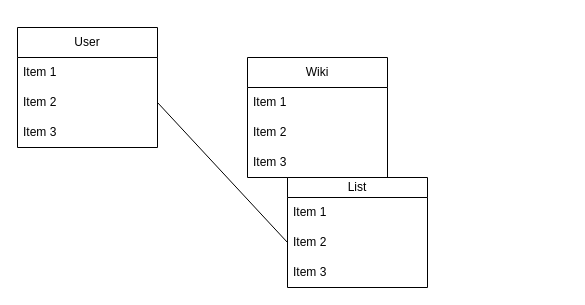
The draw.io diagram diagramClasse.drawio in IBNESSAYEH/WIKI, before the edit. Source tidied: cells renumbered, new cells numbered last; positions are measured from the earlier drawing's top-left corner, leaving out a move shared by most shapes. Both pictures are drawn from the tidied source at 100%, with x=0, y=0 at pixel (17, 27).
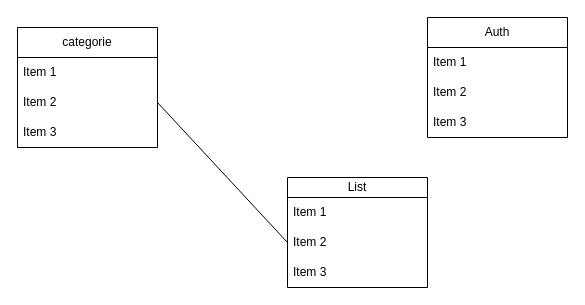
Above is the later version.

The edit, as a diff of the source:
```diff
@@
 <mxGraphModel>
   <root>
     <mxCell id="0" />
     <mxCell id="1" parent="0" />
-    <mxCell id="2" value="User" style="swimlane;fontStyle=0;horizontal=1;startSize=30;whiteSpace=wrap;html=1;" parent="1" vertex="1">
+    <mxCell id="2" value="categorie" style="swimlane;fontStyle=0;horizontal=1;startSize=30;whiteSpace=wrap;html=1;" parent="1" vertex="1">
       <mxGeometry width="140" height="120" as="geometry" />
     </mxCell>
     <mxCell id="3" value="Item 1" style="text;strokeColor=none;fillColor=none;align=left;verticalAlign=middle;spacingLeft=4;spacingRight=4;overflow=hidden;whiteSpace=wrap;html=1;" parent="2" vertex="1">
       <mxGeometry y="30" width="140" height="30" as="geometry" />
     </mxCell>
     <mxCell id="4" value="Item 2" style="text;strokeColor=none;fillColor=none;align=left;verticalAlign=middle;spacingLeft=4;spacingRight=4;overflow=hidden;points=[[0,0.5],[1,0.5]];portConstraint=eastwest;whiteSpace=wrap;html=1;" parent="2" vertex="1">
       <mxGeometry y="60" width="140" height="30" as="geometry" />
     </mxCell>
     <mxCell id="5" value="Item 3" style="text;strokeColor=none;fillColor=none;align=left;verticalAlign=middle;spacingLeft=4;spacingRight=4;overflow=hidden;whiteSpace=wrap;html=1;" parent="2" vertex="1">
       <mxGeometry y="90" width="140" height="30" as="geometry" />
     </mxCell>
-    <mxCell id="6" value="Wiki" style="swimlane;fontStyle=0;horizontal=1;startSize=30;whiteSpace=wrap;html=1;" parent="1" vertex="1">
-      <mxGeometry x="230" y="30" width="140" height="120" as="geometry" />
+    <mxCell id="6" value="Auth" style="swimlane;fontStyle=0;horizontal=1;startSize=30;whiteSpace=wrap;html=1;" parent="1" vertex="1">
+      <mxGeometry x="410" y="-10" width="140" height="120" as="geometry" />
     </mxCell>
     <mxCell id="7" value="Item 1" style="text;strokeColor=none;fillColor=none;align=left;verticalAlign=middle;spacingLeft=4;spacingRight=4;overflow=hidden;whiteSpace=wrap;html=1;" parent="6" vertex="1">
       <mxGeometry y="30" width="140" height="30" as="geometry" />
     </mxCell>
     <mxCell id="8" value="Item 2" style="text;strokeColor=none;fillColor=none;align=left;verticalAlign=middle;spacingLeft=4;spacingRight=4;overflow=hidden;whiteSpace=wrap;html=1;" parent="6" vertex="1">
       <mxGeometry y="60" width="140" height="30" as="geometry" />
     </mxCell>
     <mxCell id="9" value="Item 3" style="text;strokeColor=none;fillColor=none;align=left;verticalAlign=middle;spacingLeft=4;spacingRight=4;overflow=hidden;whiteSpace=wrap;html=1;" parent="6" vertex="1">
       <mxGeometry y="90" width="140" height="30" as="geometry" />
     </mxCell>
     <mxCell id="10" value="List" style="swimlane;fontStyle=0;horizontal=1;startSize=20;whiteSpace=wrap;html=1;" parent="1" vertex="1">
       <mxGeometry x="270" y="150" width="140" height="110" as="geometry" />
     </mxCell>
     <mxCell id="11" value="Item 1" style="text;strokeColor=none;fillColor=none;align=left;verticalAlign=middle;spacingLeft=4;spacingRight=4;overflow=hidden;whiteSpace=wrap;html=1;" parent="10" vertex="1">
       <mxGeometry y="20" width="140" height="30" as="geometry" />
     </mxCell>
     <mxCell id="12" value="Item 2" style="text;strokeColor=none;fillColor=none;align=left;verticalAlign=middle;spacingLeft=4;spacingRight=4;overflow=hidden;points=[[0,0.5],[1,0.5]];portConstraint=eastwest;whiteSpace=wrap;html=1;" parent="10" vertex="1">
       <mxGeometry y="50" width="140" height="30" as="geometry" />
     </mxCell>
     <mxCell id="13" value="Item 3" style="text;strokeColor=none;fillColor=none;align=left;verticalAlign=middle;spacingLeft=4;spacingRight=4;overflow=hidden;whiteSpace=wrap;html=1;" parent="10" vertex="1">
       <mxGeometry y="80" width="140" height="30" as="geometry" />
     </mxCell>
     <mxCell id="14" style="endArrow=none;html=1;entryX=1;entryY=0.5;entryDx=0;entryDy=0;exitX=0;exitY=0.5;exitDx=0;exitDy=0;" parent="1" edge="1" source="12" target="4">
       <mxGeometry relative="1" as="geometry" />
     </mxCell>
   </root>
 </mxGraphModel>
```
